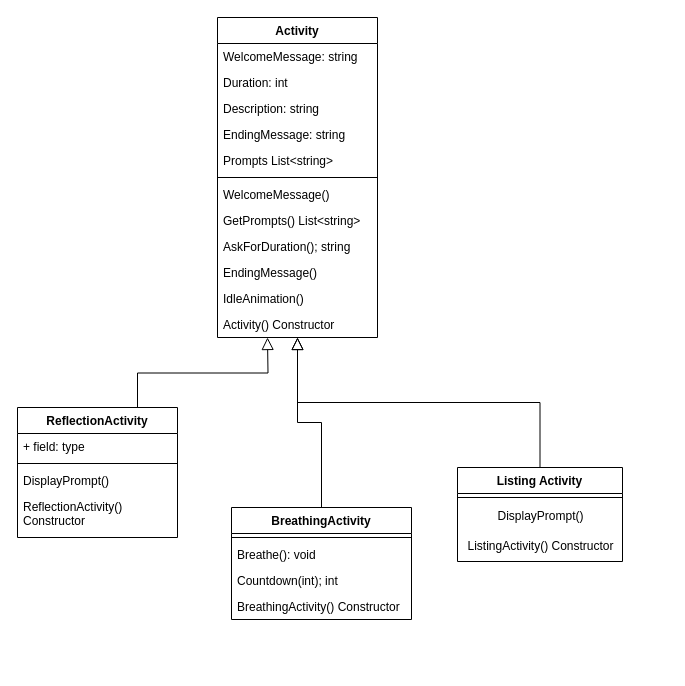
Jebthegamer/cse210_hw keeps this draw.io diagram as Mindfulness.drawio. Above is the earlier version. Source tidied: cells renumbered, new cells numbered last; positions are measured from the earlier drawing's top-left corner, leaving out a move shared by most shapes. Both pictures are drawn from the tidied source at 100%, with x=0, y=0 at pixel (17, 17).
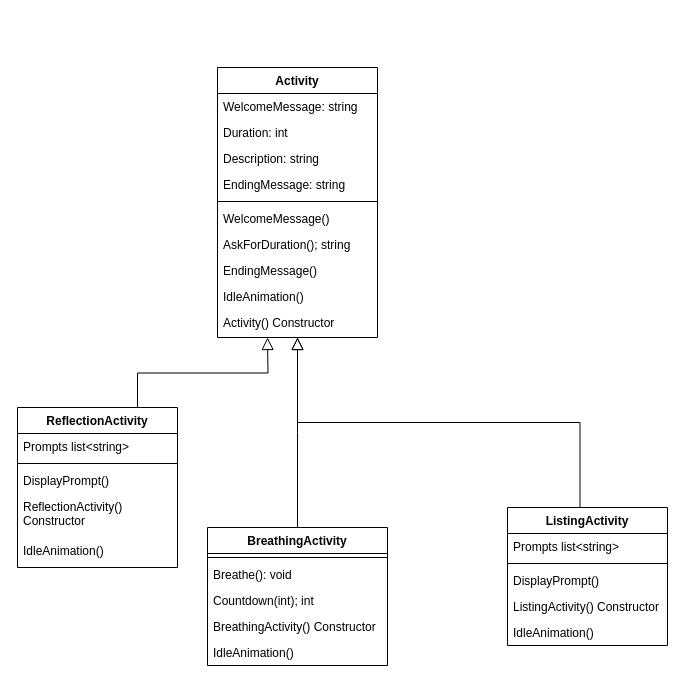
The same page after the edit.

Diff of the diagram source:
```diff
@@
     <mxCell id="2" value="Activity" style="swimlane;fontStyle=1;align=center;verticalAlign=top;horizontal=1;startSize=26;rounded=0;shadow=0;strokeWidth=1;" parent="1" vertex="1">
-      <mxGeometry x="200" width="160" height="320" as="geometry" />
+      <mxGeometry x="200" y="50" width="160" height="270" as="geometry" />
     </mxCell>
@@
-    <mxCell id="7" value="Prompts List&lt;string&gt;" style="text;align=left;verticalAlign=top;spacingLeft=4;spacingRight=4;overflow=hidden;rounded=0;shadow=0;html=0;" parent="2" vertex="1">
-      <mxGeometry y="130" width="160" height="26" as="geometry" />
-    </mxCell>
     <mxCell id="8" style="line;html=1;strokeWidth=1;align=left;verticalAlign=middle;spacingTop=-1;spacingLeft=3;spacingRight=3;labelPosition=right;" parent="2" vertex="1">
-      <mxGeometry y="156" width="160" height="8" as="geometry" />
+      <mxGeometry y="130" width="160" height="8" as="geometry" />
     </mxCell>
     <mxCell id="9" value="WelcomeMessage()" style="text;align=left;verticalAlign=top;spacingLeft=4;spacingRight=4;overflow=hidden;" parent="2" vertex="1">
-      <mxGeometry y="164" width="160" height="26" as="geometry" />
+      <mxGeometry y="138" width="160" height="26" as="geometry" />
     </mxCell>
-    <mxCell id="10" value="GetPrompts() List&lt;string&gt;" style="text;align=left;verticalAlign=top;spacingLeft=4;spacingRight=4;overflow=hidden;" parent="2" vertex="1">
-      <mxGeometry y="190" width="160" height="26" as="geometry" />
-    </mxCell>
     <mxCell id="11" value="AskForDuration(); string" style="text;align=left;verticalAlign=top;spacingLeft=4;spacingRight=4;overflow=hidden;" parent="2" vertex="1">
-      <mxGeometry y="216" width="160" height="26" as="geometry" />
+      <mxGeometry y="164" width="160" height="26" as="geometry" />
     </mxCell>
     <mxCell id="12" value="EndingMessage()" style="text;align=left;verticalAlign=top;spacingLeft=4;spacingRight=4;overflow=hidden;" parent="2" vertex="1">
-      <mxGeometry y="242" width="160" height="26" as="geometry" />
+      <mxGeometry y="190" width="160" height="26" as="geometry" />
     </mxCell>
     <mxCell id="13" value="IdleAnimation()" style="text;align=left;verticalAlign=top;spacingLeft=4;spacingRight=4;overflow=hidden;" parent="2" vertex="1">
-      <mxGeometry y="268" width="160" height="26" as="geometry" />
+      <mxGeometry y="216" width="160" height="26" as="geometry" />
     </mxCell>
     <mxCell id="14" value="Activity() Constructor" style="text;align=left;verticalAlign=top;spacingLeft=4;spacingRight=4;overflow=hidden;" parent="2" vertex="1">
-      <mxGeometry y="294" width="160" height="26" as="geometry" />
+      <mxGeometry y="242" width="160" height="26" as="geometry" />
     </mxCell>
     <mxCell id="15" value="BreathingActivity" style="swimlane;fontStyle=1;align=center;verticalAlign=top;horizontal=1;startSize=26;rounded=0;shadow=0;strokeWidth=1;" parent="1" vertex="1">
-      <mxGeometry x="214" y="490" width="180" height="112" as="geometry" />
+      <mxGeometry x="190" y="510" width="180" height="138" as="geometry" />
     </mxCell>
@@
+    <mxCell id="32" value="BreathingActivity() Constructor" style="text;align=left;verticalAlign=top;spacingLeft=4;spacingRight=4;overflow=hidden;" parent="15" vertex="1">
+      <mxGeometry y="86" width="180" height="26" as="geometry" />
+    </mxCell>
-    <mxCell id="19" value="BreathingActivity() Constructor" style="text;align=left;verticalAlign=top;spacingLeft=4;spacingRight=4;overflow=hidden;" parent="15" vertex="1">
-      <mxGeometry y="86" width="180" height="26" as="geometry" />
+    <mxCell id="19" value="IdleAnimation()" style="text;align=left;verticalAlign=top;spacingLeft=4;spacingRight=4;overflow=hidden;" parent="15" vertex="1">
+      <mxGeometry y="112" width="180" height="26" as="geometry" />
     </mxCell>
@@
-    <mxCell id="21" value="Listing Activity" style="swimlane;fontStyle=1;align=center;verticalAlign=top;horizontal=1;startSize=26;rounded=0;shadow=0;strokeWidth=1;" parent="1" vertex="1">
-      <mxGeometry x="440" y="450" width="165" height="94" as="geometry" />
-    </mxCell>
-    <mxCell id="22" style="line;html=1;strokeWidth=1;align=left;verticalAlign=middle;spacingTop=-1;spacingLeft=3;spacingRight=3;labelPosition=right;" parent="21" vertex="1">
-      <mxGeometry y="26" width="165" height="8" as="geometry" />
-    </mxCell>
-    <mxCell id="23" value="DisplayPrompt()" style="text;html=1;align=center;verticalAlign=middle;strokeColor=none;fillColor=none;" parent="21" vertex="1">
-      <mxGeometry y="34" width="165" height="30" as="geometry" />
-    </mxCell>
-    <mxCell id="24" value="ListingActivity() Constructor" style="text;html=1;align=center;verticalAlign=middle;strokeColor=none;fillColor=none;" parent="21" vertex="1">
-      <mxGeometry y="64" width="165" height="30" as="geometry" />
-    </mxCell>
-    <mxCell id="25" style="endArrow=block;endSize=10;endFill=0;shadow=0;strokeWidth=1;rounded=0;edgeStyle=elbowEdgeStyle;elbow=vertical;" parent="1" edge="1" source="21" target="2">
-      <mxGeometry relative="1" as="geometry" />
+    <mxCell id="25" style="endArrow=block;endSize=10;endFill=0;shadow=0;strokeWidth=1;rounded=0;edgeStyle=elbowEdgeStyle;elbow=vertical;" parent="1" edge="1" target="2">
+      <mxGeometry relative="1" as="geometry">
+        <mxPoint x="562.5" y="490" as="sourcePoint" />
+      </mxGeometry>
     </mxCell>
@@
     <mxCell id="27" value="ReflectionActivity" style="swimlane;fontStyle=1;align=center;verticalAlign=top;horizontal=1;startSize=26;whiteSpace=wrap;html=1;" parent="1" vertex="1">
-      <mxGeometry y="390" width="160" height="130" as="geometry" />
+      <mxGeometry y="390" width="160" height="160" as="geometry" />
     </mxCell>
-    <mxCell id="28" value="+ field: type" style="text;strokeColor=none;fillColor=none;align=left;verticalAlign=top;spacingLeft=4;spacingRight=4;overflow=hidden;whiteSpace=wrap;html=1;" parent="27" vertex="1">
+    <mxCell id="28" value="Prompts list&amp;lt;string&amp;gt;" style="text;strokeColor=none;fillColor=none;align=left;verticalAlign=top;spacingLeft=4;spacingRight=4;overflow=hidden;whiteSpace=wrap;html=1;" parent="27" vertex="1">
       <mxGeometry y="26" width="160" height="26" as="geometry" />
     </mxCell>
@@
+    <mxCell id="33" value="ReflectionActivity() Constructor" style="text;strokeColor=none;fillColor=none;align=left;verticalAlign=top;spacingLeft=4;spacingRight=4;overflow=hidden;whiteSpace=wrap;html=1;" parent="27" vertex="1">
+      <mxGeometry y="86" width="160" height="44" as="geometry" />
+    </mxCell>
-    <mxCell id="31" value="ReflectionActivity() Constructor" style="text;strokeColor=none;fillColor=none;align=left;verticalAlign=top;spacingLeft=4;spacingRight=4;overflow=hidden;whiteSpace=wrap;html=1;" parent="27" vertex="1">
-      <mxGeometry y="86" width="160" height="44" as="geometry" />
+    <mxCell id="31" value="IdleAnimation()" style="text;strokeColor=none;fillColor=none;align=left;verticalAlign=top;spacingLeft=4;spacingRight=4;overflow=hidden;whiteSpace=wrap;html=1;" parent="27" vertex="1">
+      <mxGeometry y="130" width="160" height="30" as="geometry" />
     </mxCell>
+    <mxCell id="34" value="ListingActivity" style="swimlane;fontStyle=1;align=center;verticalAlign=top;horizontal=1;startSize=26;whiteSpace=wrap;html=1;" parent="1" vertex="1">
+      <mxGeometry x="490" y="490" width="160" height="138" as="geometry" />
+    </mxCell>
+    <mxCell id="35" value="Prompts list&amp;lt;string&amp;gt;" style="text;strokeColor=none;fillColor=none;align=left;verticalAlign=top;spacingLeft=4;spacingRight=4;overflow=hidden;whiteSpace=wrap;html=1;" parent="34" vertex="1">
+      <mxGeometry y="26" width="160" height="26" as="geometry" />
+    </mxCell>
+    <mxCell id="36" style="line;strokeWidth=1;fillColor=none;align=left;verticalAlign=middle;spacingTop=-1;spacingLeft=3;spacingRight=3;labelPosition=right;strokeColor=inherit;" parent="34" vertex="1">
+      <mxGeometry y="52" width="160" height="8" as="geometry" />
+    </mxCell>
+    <mxCell id="23" value="DisplayPrompt()" style="text;strokeColor=none;fillColor=none;align=left;verticalAlign=top;spacingLeft=4;spacingRight=4;overflow=hidden;whiteSpace=wrap;html=1;" parent="34" vertex="1">
+      <mxGeometry y="60" width="160" height="26" as="geometry" />
+    </mxCell>
+    <mxCell id="24" value="ListingActivity() Constructor" style="text;strokeColor=none;fillColor=none;align=left;verticalAlign=top;spacingLeft=4;spacingRight=4;overflow=hidden;whiteSpace=wrap;html=1;" parent="34" vertex="1">
+      <mxGeometry y="86" width="160" height="26" as="geometry" />
+    </mxCell>
+    <mxCell id="37" value="IdleAnimation()" style="text;strokeColor=none;fillColor=none;align=left;verticalAlign=top;spacingLeft=4;spacingRight=4;overflow=hidden;whiteSpace=wrap;html=1;" parent="34" vertex="1">
+      <mxGeometry y="112" width="160" height="26" as="geometry" />
+    </mxCell>
```
